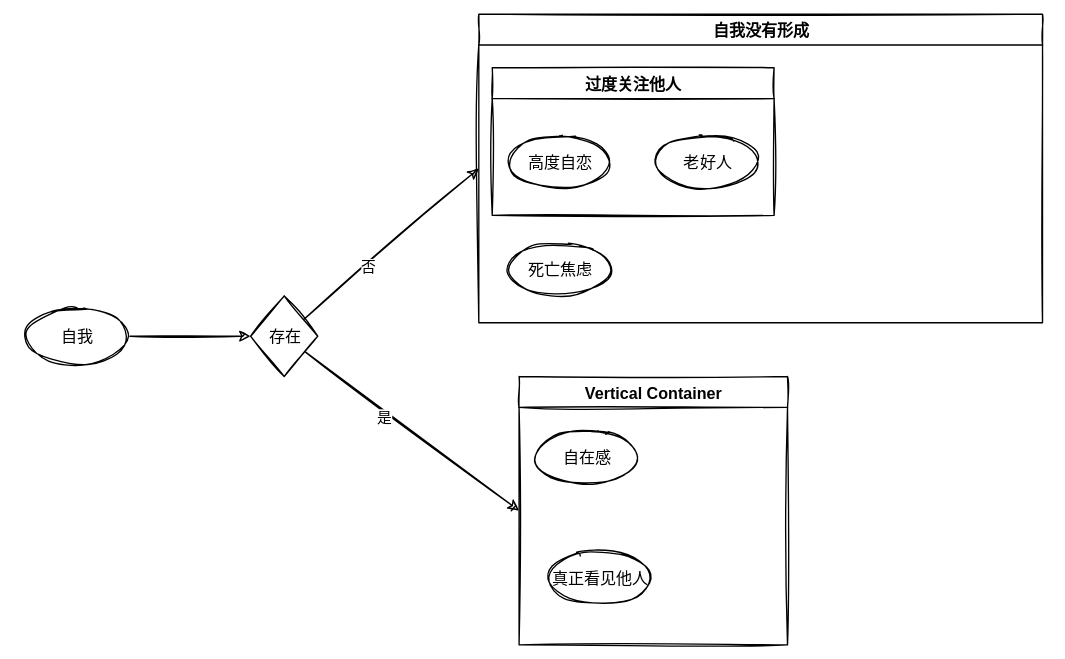
This is 笔记/工具/通用概念/Untitled Diagram.svg from Echo-Yanglulu/obsidianPrivateNote, a draw.io export, as it was before one commit. Source tidied: cells renumbered, new cells last; positions are measured from the earlier drawing's top-left corner, leaving out a move shared by most shapes.
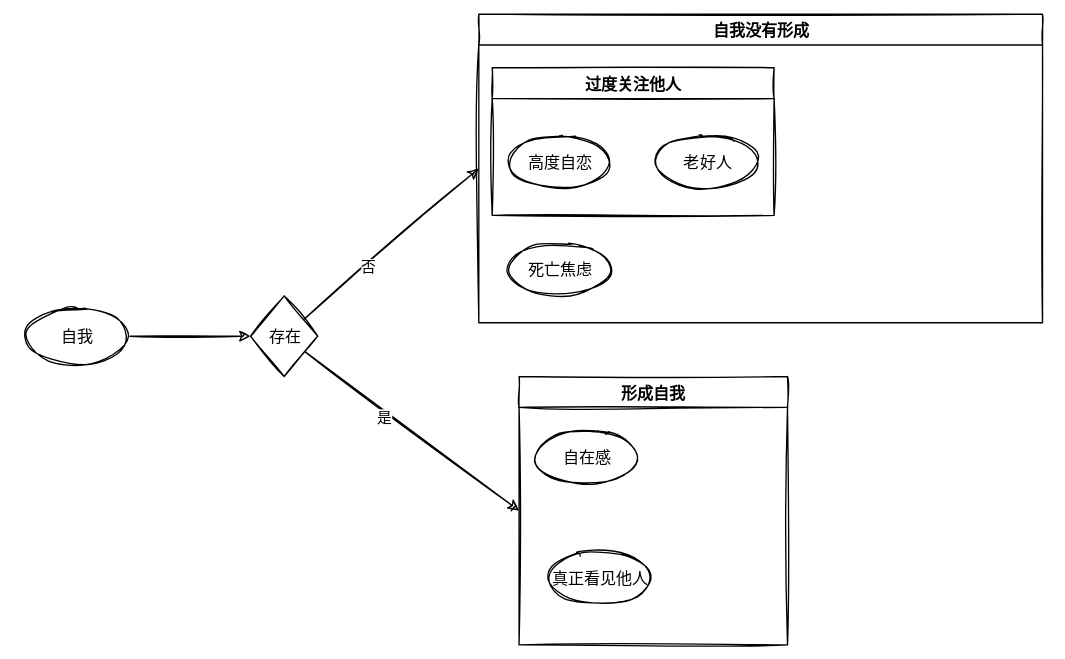
The same file after the commit.

The edit, as a diff of the source:
```diff
@@ -38,7 +38,7 @@
     <mxCell id="13" value="高度自恋" style="ellipse;whiteSpace=wrap;html=1;" parent="11" vertex="1">
       <mxGeometry x="10" y="50" width="80" height="40" as="geometry" />
     </mxCell>
-    <mxCell id="14" value="Vertical Container" style="swimlane;" parent="1" vertex="1">
+    <mxCell id="14" value="形成自我" style="swimlane;" parent="1" vertex="1">
       <mxGeometry x="370" y="270" width="200" height="200" as="geometry" />
     </mxCell>
     <mxCell id="15" value="真正看见他人" style="ellipse;whiteSpace=wrap;html=1;" parent="14" vertex="1">
```
